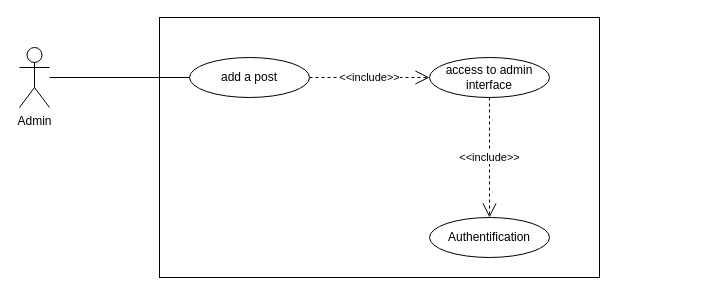
Earlier version of the draw.io diagram Cadrage/use_case/add_post.drawio (JgPhil/Blog). Source tidied: cells renumbered, new cells numbered last; positions are measured from the earlier drawing's top-left corner, leaving out a move shared by most shapes. Both pictures are drawn from the tidied source at 100%, with x=0, y=0 at pixel (19, 17).
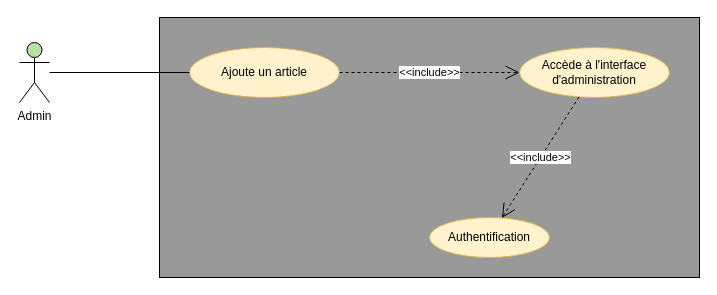
The same diagram, later.

The edit, as a diff of the source:
```diff
@@
 <mxGraphModel>
   <root>
     <mxCell id="0" />
     <mxCell id="1" parent="0" />
-    <mxCell id="2" style="rounded=0;whiteSpace=wrap;html=1;" parent="1" vertex="1">
-      <mxGeometry x="140" width="440" height="260" as="geometry" />
+    <mxCell id="2" style="rounded=0;whiteSpace=wrap;html=1;fillColor=#999999;" parent="1" vertex="1">
+      <mxGeometry x="140" width="540" height="260" as="geometry" />
     </mxCell>
-    <mxCell id="3" value="Admin" style="shape=umlActor;verticalLabelPosition=bottom;labelBackgroundColor=#ffffff;verticalAlign=top;html=1;" parent="1" vertex="1">
-      <mxGeometry y="30" width="30" height="60" as="geometry" />
-    </mxCell>
-    <mxCell id="4" value="add a post" style="ellipse;whiteSpace=wrap;html=1;" parent="1" vertex="1">
-      <mxGeometry x="170" y="40" width="120" height="40" as="geometry" />
+    <mxCell id="4" value="Ajoute un article" style="ellipse;whiteSpace=wrap;html=1;fillColor=#fff2cc;strokeColor=#d6b656;" parent="1" vertex="1">
+      <mxGeometry x="170" y="30" width="150" height="50" as="geometry" />
     </mxCell>
-    <mxCell id="5" value="access to admin interface" style="ellipse;whiteSpace=wrap;html=1;" parent="1" vertex="1">
-      <mxGeometry x="410" y="40" width="120" height="40" as="geometry" />
+    <mxCell id="5" value="Accède à l'interface&lt;br&gt;d'administration" style="ellipse;whiteSpace=wrap;html=1;fillColor=#fff2cc;strokeColor=#d6b656;" parent="1" vertex="1">
+      <mxGeometry x="500" y="30" width="150" height="50" as="geometry" />
     </mxCell>
-    <mxCell id="6" value="Authentification" style="ellipse;whiteSpace=wrap;html=1;" parent="1" vertex="1">
+    <mxCell id="6" value="Authentification" style="ellipse;whiteSpace=wrap;html=1;fillColor=#fff2cc;strokeColor=#d6b656;" parent="1" vertex="1">
       <mxGeometry x="410" y="200" width="120" height="40" as="geometry" />
     </mxCell>
     <mxCell id="7" value="&amp;lt;&amp;lt;include&amp;gt;&amp;gt;" style="endArrow=open;endSize=12;dashed=1;html=1;" parent="1" edge="1" source="4" target="5">
       <mxGeometry relative="1" as="geometry" />
     </mxCell>
     <mxCell id="8" value="&amp;lt;&amp;lt;include&amp;gt;&amp;gt;" style="endArrow=open;endSize=12;dashed=1;html=1;" parent="1" edge="1" source="5" target="6">
       <mxGeometry relative="1" as="geometry" />
     </mxCell>
     <mxCell id="9" style="endArrow=none;html=1;" parent="1" edge="1" source="3" target="4">
       <mxGeometry relative="1" as="geometry" />
     </mxCell>
+    <mxCell id="3" value="Admin" style="shape=umlActor;verticalLabelPosition=bottom;labelBackgroundColor=#ffffff;verticalAlign=top;html=1;outlineConnect=0;fillColor=#B9E0A5;" parent="1" vertex="1">
+      <mxGeometry y="25" width="30" height="60" as="geometry" />
+    </mxCell>
   </root>
 </mxGraphModel>
```
